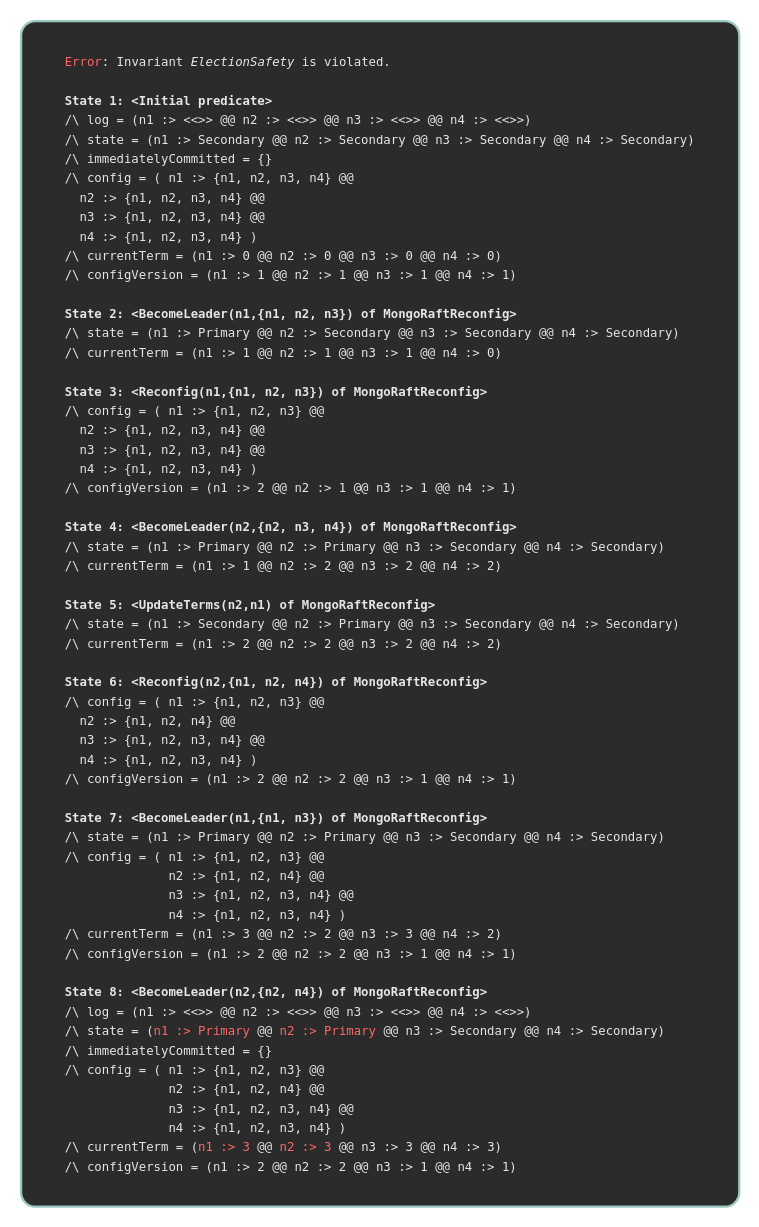
This is page "t4" (3 of 8) of traces/traces.drawio from will62794/reconfig-traces, a draw.io file, before an edit. Source tidied: cells renumbered, new cells numbered last; positions are measured from the earlier drawing's top-left corner, leaving out a move shared by most shapes. Both pictures are drawn from the tidied source at 114%, with x=0, y=0 at pixel (21, 21).
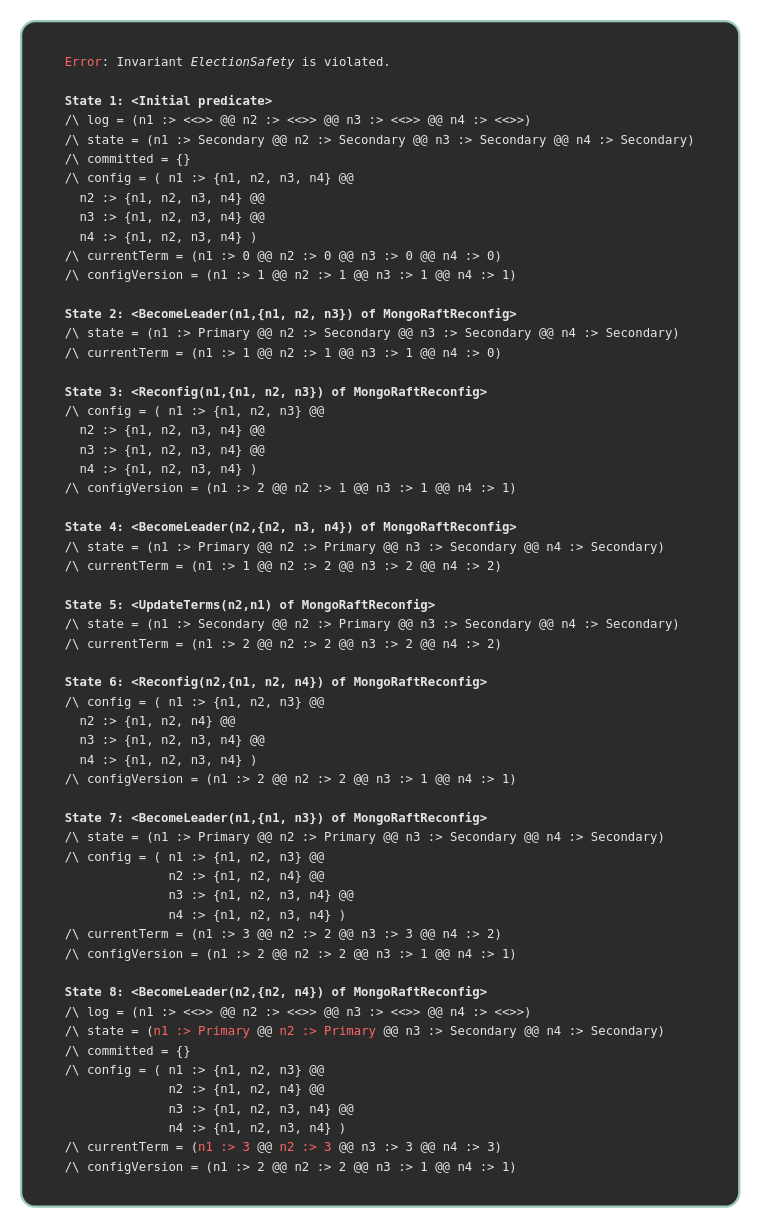
The same diagram, later.

The edit, as a diff of the source:
```diff
@@
 <mxGraphModel>
   <root>
     <mxCell id="0" />
     <mxCell id="1" parent="0" />
-    <mxCell id="2" value="&lt;div style=&quot;background-color: rgb(43, 43, 43); line-height: 16px;&quot;&gt;&lt;div style=&quot;text-align: left;&quot;&gt;&lt;font face=&quot;Menlo, Monaco, Courier New, monospace&quot;&gt;&lt;span style=&quot;font-size: 10.8px; white-space: pre;&quot;&gt;&lt;font style=&quot;color: rgb(255, 102, 102);&quot;&gt;Error&lt;/font&gt;&lt;font color=&quot;#e6e6e6&quot;&gt;: Invariant &lt;i&gt;ElectionSafety&lt;/i&gt; is violated.&lt;br&gt;&lt;/font&gt;&lt;b style=&quot;color: rgb(230, 230, 230);&quot;&gt;&lt;br&gt;&lt;/b&gt;&lt;/span&gt;&lt;/font&gt;&lt;/div&gt;&lt;div style=&quot;text-align: left;&quot;&gt;&lt;font face=&quot;Menlo, Monaco, Courier New, monospace&quot;&gt;&lt;span style=&quot;font-size: 10.8px; white-space: pre;&quot;&gt;&lt;b style=&quot;color: rgb(230, 230, 230);&quot;&gt;State 1: &amp;lt;Initial predicate&amp;gt;&lt;br&gt;&lt;/b&gt;&lt;font color=&quot;#e6e6e6&quot;&gt;/\ log = (n1 :&amp;gt; &amp;lt;&amp;lt;&amp;gt;&amp;gt; @@ n2 :&amp;gt; &amp;lt;&amp;lt;&amp;gt;&amp;gt; @@ n3 :&amp;gt; &amp;lt;&amp;lt;&amp;gt;&amp;gt; @@ n4 :&amp;gt; &amp;lt;&amp;lt;&amp;gt;&amp;gt;)&lt;br&gt;/\ state = (n1 :&amp;gt; Secondary @@ n2 :&amp;gt; Secondary @@ n3 :&amp;gt; Secondary @@ n4 :&amp;gt; Secondary)&lt;br&gt;/\ immediatelyCommitted = {}&lt;br&gt;/\ config = ( n1 :&amp;gt; {n1, n2, n3, n4} @@&lt;br&gt;  n2 :&amp;gt; {n1, n2, n3, n4} @@&lt;br&gt;  n3 :&amp;gt; {n1, n2, n3, n4} @@&lt;br&gt;  n4 :&amp;gt; {n1, n2, n3, n4} )&lt;br&gt;/\ currentTerm = (n1 :&amp;gt; 0 @@ n2 :&amp;gt; 0 @@ n3 :&amp;gt; 0 @@ n4 :&amp;gt; 0)&lt;br&gt;/\ configVersion = (n1 :&amp;gt; 1 @@ n2 :&amp;gt; 1 @@ n3 :&amp;gt; 1 @@ n4 :&amp;gt; 1)&lt;br&gt;&lt;br&gt;&lt;/font&gt;&lt;b style=&quot;color: rgb(230, 230, 230);&quot;&gt;State 2: &amp;lt;BecomeLeader(n1,{n1, n2, n3}) of MongoRaftReconfig&amp;gt;&lt;br&gt;&lt;/b&gt;&lt;font color=&quot;#e6e6e6&quot;&gt;/\ state = (n1 :&amp;gt; Primary @@ n2 :&amp;gt; Secondary @@ n3 :&amp;gt; Secondary @@ n4 :&amp;gt; Secondary)&lt;br&gt;/\ currentTerm = (n1 :&amp;gt; 1 @@ n2 :&amp;gt; 1 @@ n3 :&amp;gt; 1 @@ n4 :&amp;gt; 0)&lt;br&gt;&lt;br&gt;&lt;/font&gt;&lt;b style=&quot;color: rgb(230, 230, 230);&quot;&gt;State 3: &amp;lt;Reconfig(n1,{n1, n2, n3}) of MongoRaftReconfig&amp;gt;&lt;br&gt;&lt;/b&gt;&lt;font color=&quot;#e6e6e6&quot;&gt;/\ config = ( n1 :&amp;gt; {n1, n2, n3} @@&lt;br&gt;  n2 :&amp;gt; {n1, n2, n3, n4} @@&lt;br&gt;  n3 :&amp;gt; {n1, n2, n3, n4} @@&lt;br&gt;  n4 :&amp;gt; {n1, n2, n3, n4} )&lt;br&gt;/\ configVersion = (n1 :&amp;gt; 2 @@ n2 :&amp;gt; 1 @@ n3 :&amp;gt; 1 @@ n4 :&amp;gt; 1)&lt;br&gt;&lt;br&gt;&lt;/font&gt;&lt;b style=&quot;color: rgb(230, 230, 230);&quot;&gt;State 4: &amp;lt;BecomeLeader(n2,{n2, n3, n4}) of MongoRaftReconfig&amp;gt;&lt;br&gt;&lt;/b&gt;&lt;font color=&quot;#e6e6e6&quot;&gt;/\ state = (n1 :&amp;gt; Primary @@ n2 :&amp;gt; Primary @@ n3 :&amp;gt; Secondary @@ n4 :&amp;gt; Secondary)&lt;br&gt;/\ currentTerm = (n1 :&amp;gt; 1 @@ n2 :&amp;gt; 2 @@ n3 :&amp;gt; 2 @@ n4 :&amp;gt; 2)&lt;br&gt;&lt;br&gt;&lt;/font&gt;&lt;b style=&quot;color: rgb(230, 230, 230);&quot;&gt;State 5: &amp;lt;UpdateTerms(n2,n1) of MongoRaftReconfig&amp;gt;&lt;br&gt;&lt;/b&gt;&lt;font color=&quot;#e6e6e6&quot;&gt;/\ state = (n1 :&amp;gt; Secondary @@ n2 :&amp;gt; Primary @@ n3 :&amp;gt; Secondary @@ n4 :&amp;gt; Secondary)&lt;br&gt;/\ currentTerm = (n1 :&amp;gt; 2 @@ n2 :&amp;gt; 2 @@ n3 :&amp;gt; 2 @@ n4 :&amp;gt; 2)&lt;br&gt;&lt;br&gt;&lt;/font&gt;&lt;b style=&quot;color: rgb(230, 230, 230);&quot;&gt;State 6: &amp;lt;Reconfig(n2,{n1, n2, n4}) of MongoRaftReconfig&amp;gt;&lt;br&gt;&lt;/b&gt;&lt;font color=&quot;#e6e6e6&quot;&gt;/\ config = ( n1 :&amp;gt; {n1, n2, n3} @@&lt;br&gt;  n2 :&amp;gt; {n1, n2, n4} @@&lt;br&gt;  n3 :&amp;gt; {n1, n2, n3, n4} @@&lt;br&gt;  n4 :&amp;gt; {n1, n2, n3, n4} )&lt;br&gt;/\ configVersion = (n1 :&amp;gt; 2 @@ n2 :&amp;gt; 2 @@ n3 :&amp;gt; 1 @@ n4 :&amp;gt; 1)&lt;br&gt;&lt;br&gt;&lt;/font&gt;&lt;b style=&quot;color: rgb(230, 230, 230);&quot;&gt;State 7: &amp;lt;BecomeLeader(n1,{n1, n3}) of MongoRaftReconfig&amp;gt;&lt;br&gt;&lt;/b&gt;&lt;font color=&quot;#e6e6e6&quot;&gt;/\ state = (n1 :&amp;gt; Primary @@ n2 :&amp;gt; Primary @@ n3 :&amp;gt; Secondary @@ n4 :&amp;gt; Secondary)&lt;br&gt;/\ config = ( n1 :&amp;gt; {n1, n2, n3} @@&lt;br&gt;              n2 :&amp;gt; {n1, n2, n4} @@&lt;br&gt;              n3 :&amp;gt; {n1, n2, n3, n4} @@&lt;br&gt;              n4 :&amp;gt; {n1, n2, n3, n4} )&lt;br&gt;/\ currentTerm = (n1 :&amp;gt; 3 @@ n2 :&amp;gt; 2 @@ n3 :&amp;gt; 3 @@ n4 :&amp;gt; 2)&lt;br&gt;/\ configVersion = (n1 :&amp;gt; 2 @@ n2 :&amp;gt; 2 @@ n3 :&amp;gt; 1 @@ n4 :&amp;gt; 1)&lt;br&gt;&lt;br&gt;&lt;/font&gt;&lt;b style=&quot;color: rgb(230, 230, 230);&quot;&gt;State 8: &amp;lt;BecomeLeader(n2,{n2, n4}) of MongoRaftReconfig&amp;gt;&lt;br&gt;&lt;/b&gt;&lt;font color=&quot;#e6e6e6&quot;&gt;/\ log = (n1 :&amp;gt; &amp;lt;&amp;lt;&amp;gt;&amp;gt; @@ n2 :&amp;gt; &amp;lt;&amp;lt;&amp;gt;&amp;gt; @@ n3 :&amp;gt; &amp;lt;&amp;lt;&amp;gt;&amp;gt; @@ n4 :&amp;gt; &amp;lt;&amp;lt;&amp;gt;&amp;gt;)&lt;br&gt;/\ state = (&lt;/font&gt;&lt;font style=&quot;color: rgb(255, 102, 102);&quot;&gt;n1 :&amp;gt; Primary&lt;/font&gt;&lt;font color=&quot;#e6e6e6&quot;&gt; @@ &lt;/font&gt;&lt;font style=&quot;color: rgb(255, 102, 102);&quot;&gt;n2 :&amp;gt; Primary&lt;/font&gt;&lt;font color=&quot;#e6e6e6&quot;&gt; @@ n3 :&amp;gt; Secondary @@ n4 :&amp;gt; Secondary)&lt;br&gt;/\ immediatelyCommitted = {}&lt;br&gt;/\ config = ( n1 :&amp;gt; {n1, n2, n3} @@&lt;br&gt;              n2 :&amp;gt; {n1, n2, n4} @@&lt;br&gt;              n3 :&amp;gt; {n1, n2, n3, n4} @@&lt;br&gt;              n4 :&amp;gt; {n1, n2, n3, n4} )&lt;br&gt;/\ currentTerm = (&lt;/font&gt;&lt;font style=&quot;color: rgb(255, 102, 102);&quot;&gt;n1 :&amp;gt; 3&lt;/font&gt;&lt;font color=&quot;#e6e6e6&quot;&gt; @@ &lt;/font&gt;&lt;font style=&quot;color: rgb(255, 102, 102);&quot;&gt;n2 :&amp;gt; 3&lt;/font&gt;&lt;font color=&quot;#e6e6e6&quot;&gt; @@ n3 :&amp;gt; 3 @@ n4 :&amp;gt; 3)&lt;br&gt;/\ configVersion = (n1 :&amp;gt; 2 @@ n2 :&amp;gt; 2 @@ n3 :&amp;gt; 1 @@ n4 :&amp;gt; 1)&lt;/font&gt;&lt;/span&gt;&lt;/font&gt;&lt;span style=&quot;color: rgb(169, 183, 198); font-family: Menlo, Monaco, &amp;quot;Courier New&amp;quot;, monospace; font-size: 10.8px; white-space: pre;&quot;&gt;&lt;br&gt;&lt;/span&gt;&lt;/div&gt;&lt;/div&gt;" style="text;html=1;align=center;verticalAlign=middle;whiteSpace=wrap;rounded=1;strokeColor=#9AC7BF;fillColor=light-dark(#2B2B2B,#282A35);gradientColor=none;arcSize=2;strokeWidth=2;" parent="1" vertex="1">
+    <mxCell id="2" value="&lt;div style=&quot;background-color: rgb(43, 43, 43); line-height: 16px;&quot;&gt;&lt;div style=&quot;text-align: left;&quot;&gt;&lt;font face=&quot;Menlo, Monaco, Courier New, monospace&quot;&gt;&lt;span style=&quot;font-size: 10.8px; white-space: pre;&quot;&gt;&lt;font style=&quot;color: rgb(255, 102, 102);&quot;&gt;Error&lt;/font&gt;&lt;font color=&quot;#e6e6e6&quot;&gt;: Invariant &lt;i&gt;ElectionSafety&lt;/i&gt; is violated.&lt;br&gt;&lt;/font&gt;&lt;b style=&quot;color: rgb(230, 230, 230);&quot;&gt;&lt;br&gt;&lt;/b&gt;&lt;/span&gt;&lt;/font&gt;&lt;/div&gt;&lt;div style=&quot;text-align: left;&quot;&gt;&lt;font face=&quot;Menlo, Monaco, Courier New, monospace&quot;&gt;&lt;span style=&quot;font-size: 10.8px; white-space: pre;&quot;&gt;&lt;b style=&quot;color: rgb(230, 230, 230);&quot;&gt;State 1: &amp;lt;Initial predicate&amp;gt;&lt;br&gt;&lt;/b&gt;&lt;font color=&quot;#e6e6e6&quot;&gt;/\ log = (n1 :&amp;gt; &amp;lt;&amp;lt;&amp;gt;&amp;gt; @@ n2 :&amp;gt; &amp;lt;&amp;lt;&amp;gt;&amp;gt; @@ n3 :&amp;gt; &amp;lt;&amp;lt;&amp;gt;&amp;gt; @@ n4 :&amp;gt; &amp;lt;&amp;lt;&amp;gt;&amp;gt;)&lt;br&gt;/\ state = (n1 :&amp;gt; Secondary @@ n2 :&amp;gt; Secondary @@ n3 :&amp;gt; Secondary @@ n4 :&amp;gt; Secondary)&lt;br&gt;/\ committed = {}&lt;br&gt;/\ config = ( n1 :&amp;gt; {n1, n2, n3, n4} @@&lt;br&gt;  n2 :&amp;gt; {n1, n2, n3, n4} @@&lt;br&gt;  n3 :&amp;gt; {n1, n2, n3, n4} @@&lt;br&gt;  n4 :&amp;gt; {n1, n2, n3, n4} )&lt;br&gt;/\ currentTerm = (n1 :&amp;gt; 0 @@ n2 :&amp;gt; 0 @@ n3 :&amp;gt; 0 @@ n4 :&amp;gt; 0)&lt;br&gt;/\ configVersion = (n1 :&amp;gt; 1 @@ n2 :&amp;gt; 1 @@ n3 :&amp;gt; 1 @@ n4 :&amp;gt; 1)&lt;br&gt;&lt;br&gt;&lt;/font&gt;&lt;b style=&quot;color: rgb(230, 230, 230);&quot;&gt;State 2: &amp;lt;BecomeLeader(n1,{n1, n2, n3}) of MongoRaftReconfig&amp;gt;&lt;br&gt;&lt;/b&gt;&lt;font color=&quot;#e6e6e6&quot;&gt;/\ state = (n1 :&amp;gt; Primary @@ n2 :&amp;gt; Secondary @@ n3 :&amp;gt; Secondary @@ n4 :&amp;gt; Secondary)&lt;br&gt;/\ currentTerm = (n1 :&amp;gt; 1 @@ n2 :&amp;gt; 1 @@ n3 :&amp;gt; 1 @@ n4 :&amp;gt; 0)&lt;br&gt;&lt;br&gt;&lt;/font&gt;&lt;b style=&quot;color: rgb(230, 230, 230);&quot;&gt;State 3: &amp;lt;Reconfig(n1,{n1, n2, n3}) of MongoRaftReconfig&amp;gt;&lt;br&gt;&lt;/b&gt;&lt;font color=&quot;#e6e6e6&quot;&gt;/\ config = ( n1 :&amp;gt; {n1, n2, n3} @@&lt;br&gt;  n2 :&amp;gt; {n1, n2, n3, n4} @@&lt;br&gt;  n3 :&amp;gt; {n1, n2, n3, n4} @@&lt;br&gt;  n4 :&amp;gt; {n1, n2, n3, n4} )&lt;br&gt;/\ configVersion = (n1 :&amp;gt; 2 @@ n2 :&amp;gt; 1 @@ n3 :&amp;gt; 1 @@ n4 :&amp;gt; 1)&lt;br&gt;&lt;br&gt;&lt;/font&gt;&lt;b style=&quot;color: rgb(230, 230, 230);&quot;&gt;State 4: &amp;lt;BecomeLeader(n2,{n2, n3, n4}) of MongoRaftReconfig&amp;gt;&lt;br&gt;&lt;/b&gt;&lt;font color=&quot;#e6e6e6&quot;&gt;/\ state = (n1 :&amp;gt; Primary @@ n2 :&amp;gt; Primary @@ n3 :&amp;gt; Secondary @@ n4 :&amp;gt; Secondary)&lt;br&gt;/\ currentTerm = (n1 :&amp;gt; 1 @@ n2 :&amp;gt; 2 @@ n3 :&amp;gt; 2 @@ n4 :&amp;gt; 2)&lt;br&gt;&lt;br&gt;&lt;/font&gt;&lt;b style=&quot;color: rgb(230, 230, 230);&quot;&gt;State 5: &amp;lt;UpdateTerms(n2,n1) of MongoRaftReconfig&amp;gt;&lt;br&gt;&lt;/b&gt;&lt;font color=&quot;#e6e6e6&quot;&gt;/\ state = (n1 :&amp;gt; Secondary @@ n2 :&amp;gt; Primary @@ n3 :&amp;gt; Secondary @@ n4 :&amp;gt; Secondary)&lt;br&gt;/\ currentTerm = (n1 :&amp;gt; 2 @@ n2 :&amp;gt; 2 @@ n3 :&amp;gt; 2 @@ n4 :&amp;gt; 2)&lt;br&gt;&lt;br&gt;&lt;/font&gt;&lt;b style=&quot;color: rgb(230, 230, 230);&quot;&gt;State 6: &amp;lt;Reconfig(n2,{n1, n2, n4}) of MongoRaftReconfig&amp;gt;&lt;br&gt;&lt;/b&gt;&lt;font color=&quot;#e6e6e6&quot;&gt;/\ config = ( n1 :&amp;gt; {n1, n2, n3} @@&lt;br&gt;  n2 :&amp;gt; {n1, n2, n4} @@&lt;br&gt;  n3 :&amp;gt; {n1, n2, n3, n4} @@&lt;br&gt;  n4 :&amp;gt; {n1, n2, n3, n4} )&lt;br&gt;/\ configVersion = (n1 :&amp;gt; 2 @@ n2 :&amp;gt; 2 @@ n3 :&amp;gt; 1 @@ n4 :&amp;gt; 1)&lt;br&gt;&lt;br&gt;&lt;/font&gt;&lt;b style=&quot;color: rgb(230, 230, 230);&quot;&gt;State 7: &amp;lt;BecomeLeader(n1,{n1, n3}) of MongoRaftReconfig&amp;gt;&lt;br&gt;&lt;/b&gt;&lt;font color=&quot;#e6e6e6&quot;&gt;/\ state = (n1 :&amp;gt; Primary @@ n2 :&amp;gt; Primary @@ n3 :&amp;gt; Secondary @@ n4 :&amp;gt; Secondary)&lt;br&gt;/\ config = ( n1 :&amp;gt; {n1, n2, n3} @@&lt;br&gt;              n2 :&amp;gt; {n1, n2, n4} @@&lt;br&gt;              n3 :&amp;gt; {n1, n2, n3, n4} @@&lt;br&gt;              n4 :&amp;gt; {n1, n2, n3, n4} )&lt;br&gt;/\ currentTerm = (n1 :&amp;gt; 3 @@ n2 :&amp;gt; 2 @@ n3 :&amp;gt; 3 @@ n4 :&amp;gt; 2)&lt;br&gt;/\ configVersion = (n1 :&amp;gt; 2 @@ n2 :&amp;gt; 2 @@ n3 :&amp;gt; 1 @@ n4 :&amp;gt; 1)&lt;br&gt;&lt;br&gt;&lt;/font&gt;&lt;b style=&quot;color: rgb(230, 230, 230);&quot;&gt;State 8: &amp;lt;BecomeLeader(n2,{n2, n4}) of MongoRaftReconfig&amp;gt;&lt;br&gt;&lt;/b&gt;&lt;font color=&quot;#e6e6e6&quot;&gt;/\ log = (n1 :&amp;gt; &amp;lt;&amp;lt;&amp;gt;&amp;gt; @@ n2 :&amp;gt; &amp;lt;&amp;lt;&amp;gt;&amp;gt; @@ n3 :&amp;gt; &amp;lt;&amp;lt;&amp;gt;&amp;gt; @@ n4 :&amp;gt; &amp;lt;&amp;lt;&amp;gt;&amp;gt;)&lt;br&gt;/\ state = (&lt;/font&gt;&lt;font style=&quot;color: rgb(255, 102, 102);&quot;&gt;n1 :&amp;gt; Primary&lt;/font&gt;&lt;font color=&quot;#e6e6e6&quot;&gt; @@ &lt;/font&gt;&lt;font style=&quot;color: rgb(255, 102, 102);&quot;&gt;n2 :&amp;gt; Primary&lt;/font&gt;&lt;font color=&quot;#e6e6e6&quot;&gt; @@ n3 :&amp;gt; Secondary @@ n4 :&amp;gt; Secondary)&lt;br&gt;/\ committed = {}&lt;br&gt;/\ config = ( n1 :&amp;gt; {n1, n2, n3} @@&lt;br&gt;              n2 :&amp;gt; {n1, n2, n4} @@&lt;br&gt;              n3 :&amp;gt; {n1, n2, n3, n4} @@&lt;br&gt;              n4 :&amp;gt; {n1, n2, n3, n4} )&lt;br&gt;/\ currentTerm = (&lt;/font&gt;&lt;font style=&quot;color: rgb(255, 102, 102);&quot;&gt;n1 :&amp;gt; 3&lt;/font&gt;&lt;font color=&quot;#e6e6e6&quot;&gt; @@ &lt;/font&gt;&lt;font style=&quot;color: rgb(255, 102, 102);&quot;&gt;n2 :&amp;gt; 3&lt;/font&gt;&lt;font color=&quot;#e6e6e6&quot;&gt; @@ n3 :&amp;gt; 3 @@ n4 :&amp;gt; 3)&lt;br&gt;/\ configVersion = (n1 :&amp;gt; 2 @@ n2 :&amp;gt; 2 @@ n3 :&amp;gt; 1 @@ n4 :&amp;gt; 1)&lt;/font&gt;&lt;/span&gt;&lt;/font&gt;&lt;span style=&quot;color: rgb(169, 183, 198); font-family: Menlo, Monaco, &amp;quot;Courier New&amp;quot;, monospace; font-size: 10.8px; white-space: pre;&quot;&gt;&lt;br&gt;&lt;/span&gt;&lt;/div&gt;&lt;/div&gt;" style="text;html=1;align=center;verticalAlign=middle;whiteSpace=wrap;rounded=1;strokeColor=#9AC7BF;fillColor=light-dark(#2B2B2B,#282A35);gradientColor=none;arcSize=2;strokeWidth=2;" parent="1" vertex="1">
       <mxGeometry width="630" height="1040" as="geometry" />
     </mxCell>
   </root>
 </mxGraphModel>
```
